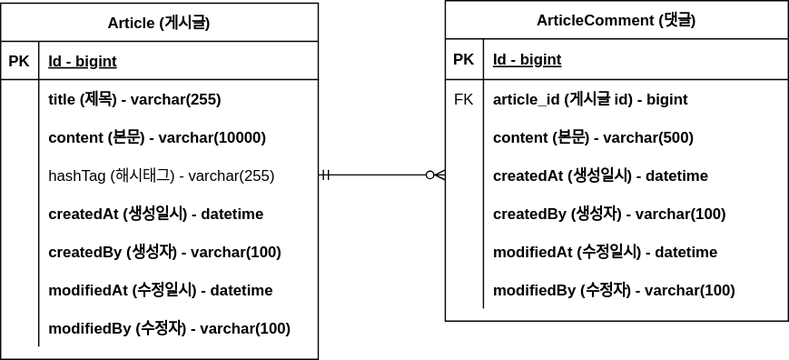
JakePark929/jake-project-board keeps this draw.io diagram as document/project-board-erd.svg. Above is the earlier version. Source tidied: cells renumbered, new cells last; positions are measured from the earlier drawing's top-left corner, leaving out a move shared by most shapes.
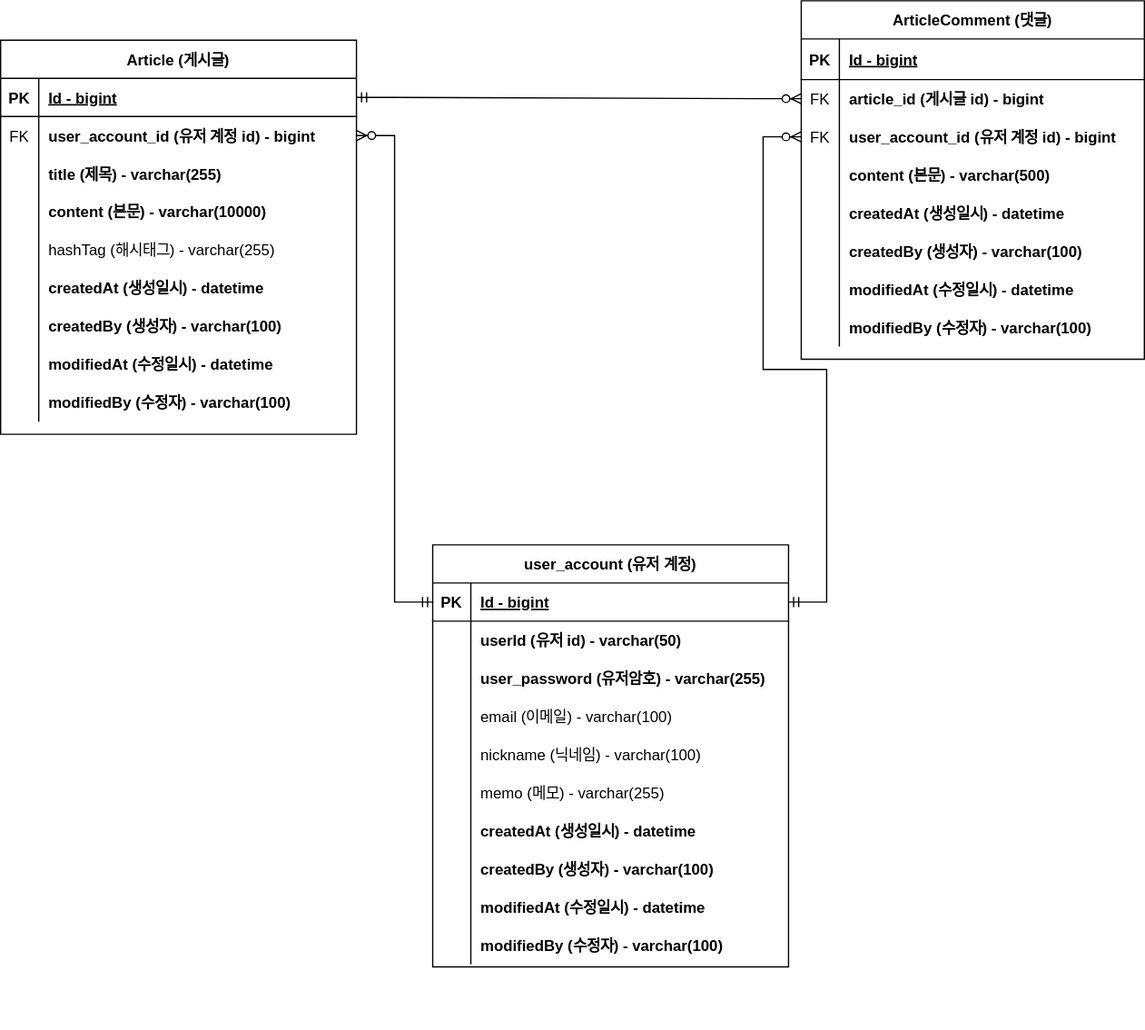
After the commit.

What changed in the source:
```diff
@@ -5,6 +5,6 @@
     <mxCell id="2" value="Article (게시글)" style="shape=table;startSize=30;rowLines=0;fontStyle=1;align=center;" parent="1" vertex="1">
-      <mxGeometry y="2" width="250" height="280" as="geometry" />
+      <mxGeometry x="-50" y="-14" width="280" height="310" as="geometry" />
     </mxCell>
     <mxCell id="3" style="shape=tableRow;horizontal=0;startSize=0;swimlaneHead=0;swimlaneBody=0;fillColor=none;points=[[0,0.5],[1,0.5]];portConstraint=eastwest;top=0;left=0;right=0;bottom=1;" parent="2" vertex="1">
-      <mxGeometry y="30" width="250" height="30" as="geometry" />
+      <mxGeometry y="30" width="280" height="30" as="geometry" />
     </mxCell>
@@ -14,15 +14,24 @@
     <mxCell id="5" value="Id - bigint" style="shape=partialRectangle;fillColor=none;top=0;left=0;bottom=0;right=0;align=left;spacingLeft=6;fontStyle=5;overflow=hidden;" parent="3" vertex="1">
-      <mxGeometry x="30" width="220" height="30" as="geometry" />
+      <mxGeometry x="30" width="250" height="30" as="geometry" />
     </mxCell>
     <mxCell id="6" style="shape=tableRow;horizontal=0;startSize=0;swimlaneHead=0;swimlaneBody=0;fillColor=none;points=[[0,0.5],[1,0.5]];portConstraint=eastwest;top=0;left=0;right=0;bottom=0;" parent="2" vertex="1">
-      <mxGeometry y="60" width="250" height="30" as="geometry" />
+      <mxGeometry y="60" width="280" height="30" as="geometry" />
     </mxCell>
-    <mxCell id="7" style="shape=partialRectangle;fillColor=none;top=0;left=0;bottom=0;right=0;overflow=hidden;" parent="6" vertex="1">
+    <mxCell id="7" value="FK" style="shape=partialRectangle;fillColor=none;top=0;left=0;bottom=0;right=0;overflow=hidden;" parent="6" vertex="1">
       <mxGeometry width="30" height="30" as="geometry" />
     </mxCell>
-    <mxCell id="8" value="title (제목) - varchar(255)" style="shape=partialRectangle;fillColor=none;top=0;left=0;bottom=0;right=0;align=left;spacingLeft=6;overflow=hidden;fontStyle=1;" parent="6" vertex="1">
-      <mxGeometry x="30" width="220" height="30" as="geometry" />
+    <mxCell id="8" value="user_account_id (유저 계정 id) - bigint" style="shape=partialRectangle;fillColor=none;top=0;left=0;bottom=0;right=0;align=left;spacingLeft=6;overflow=hidden;fontStyle=1;" parent="6" vertex="1">
+      <mxGeometry x="30" width="250" height="30" as="geometry" />
     </mxCell>
+    <mxCell id="50" style="shape=tableRow;horizontal=0;startSize=0;swimlaneHead=0;swimlaneBody=0;fillColor=none;top=0;left=0;right=0;bottom=0;" parent="2" vertex="1">
+      <mxGeometry y="90" width="280" height="30" as="geometry" />
+    </mxCell>
+    <mxCell id="51" style="shape=partialRectangle;fillColor=none;top=0;left=0;bottom=0;right=0;overflow=hidden;" parent="50" vertex="1">
+      <mxGeometry width="30" height="30" as="geometry" />
+    </mxCell>
+    <mxCell id="52" value="title (제목) - varchar(255)" style="shape=partialRectangle;fillColor=none;top=0;left=0;bottom=0;right=0;align=left;spacingLeft=6;overflow=hidden;fontStyle=1;" parent="50" vertex="1">
+      <mxGeometry x="30" width="250" height="30" as="geometry" />
+    </mxCell>
     <mxCell id="9" style="shape=tableRow;horizontal=0;startSize=0;swimlaneHead=0;swimlaneBody=0;fillColor=none;top=0;left=0;right=0;bottom=0;" parent="2" vertex="1">
-      <mxGeometry y="90" width="250" height="30" as="geometry" />
+      <mxGeometry y="120" width="280" height="30" as="geometry" />
     </mxCell>
@@ -32,6 +41,6 @@
     <mxCell id="11" value="content (본문) - varchar(10000)" style="shape=partialRectangle;fillColor=none;top=0;left=0;bottom=0;right=0;align=left;spacingLeft=6;overflow=hidden;fontStyle=1;" parent="9" vertex="1">
-      <mxGeometry x="30" width="220" height="30" as="geometry" />
+      <mxGeometry x="30" width="250" height="30" as="geometry" />
     </mxCell>
     <mxCell id="12" style="shape=tableRow;horizontal=0;startSize=0;swimlaneHead=0;swimlaneBody=0;fillColor=none;points=[[0,0.5],[1,0.5]];portConstraint=eastwest;top=0;left=0;right=0;bottom=0;" parent="2" vertex="1">
-      <mxGeometry y="120" width="250" height="30" as="geometry" />
+      <mxGeometry y="150" width="280" height="30" as="geometry" />
     </mxCell>
@@ -41,6 +50,6 @@
     <mxCell id="14" value="hashTag (해시태그) - varchar(255)" style="shape=partialRectangle;fillColor=none;top=0;left=0;bottom=0;right=0;align=left;spacingLeft=6;overflow=hidden;" parent="12" vertex="1">
-      <mxGeometry x="30" width="220" height="30" as="geometry" />
+      <mxGeometry x="30" width="250" height="30" as="geometry" />
     </mxCell>
     <mxCell id="15" style="shape=tableRow;horizontal=0;startSize=0;swimlaneHead=0;swimlaneBody=0;fillColor=none;top=0;left=0;right=0;bottom=0;" parent="2" vertex="1">
-      <mxGeometry y="150" width="250" height="30" as="geometry" />
+      <mxGeometry y="180" width="280" height="30" as="geometry" />
     </mxCell>
@@ -50,6 +59,6 @@
     <mxCell id="17" value="createdAt (생성일시) - datetime" style="shape=partialRectangle;fillColor=none;top=0;left=0;bottom=0;right=0;align=left;spacingLeft=6;overflow=hidden;fontStyle=1;" parent="15" vertex="1">
-      <mxGeometry x="30" width="220" height="30" as="geometry" />
+      <mxGeometry x="30" width="250" height="30" as="geometry" />
     </mxCell>
     <mxCell id="18" style="shape=tableRow;horizontal=0;startSize=0;swimlaneHead=0;swimlaneBody=0;fillColor=none;top=0;left=0;right=0;bottom=0;" parent="2" vertex="1">
-      <mxGeometry y="180" width="250" height="30" as="geometry" />
+      <mxGeometry y="210" width="280" height="30" as="geometry" />
     </mxCell>
@@ -59,6 +68,6 @@
     <mxCell id="20" value="createdBy (생성자) - varchar(100)" style="shape=partialRectangle;fillColor=none;top=0;left=0;bottom=0;right=0;align=left;spacingLeft=6;overflow=hidden;fontStyle=1;" parent="18" vertex="1">
-      <mxGeometry x="30" width="220" height="30" as="geometry" />
+      <mxGeometry x="30" width="250" height="30" as="geometry" />
     </mxCell>
     <mxCell id="21" style="shape=tableRow;horizontal=0;startSize=0;swimlaneHead=0;swimlaneBody=0;fillColor=none;top=0;left=0;right=0;bottom=0;" parent="2" vertex="1">
-      <mxGeometry y="210" width="250" height="30" as="geometry" />
+      <mxGeometry y="240" width="280" height="30" as="geometry" />
     </mxCell>
@@ -68,6 +77,6 @@
     <mxCell id="23" value="modifiedAt (수정일시) - datetime" style="shape=partialRectangle;fillColor=none;top=0;left=0;bottom=0;right=0;align=left;spacingLeft=6;overflow=hidden;fontStyle=1;" parent="21" vertex="1">
-      <mxGeometry x="30" width="220" height="30" as="geometry" />
+      <mxGeometry x="30" width="250" height="30" as="geometry" />
     </mxCell>
     <mxCell id="24" style="shape=tableRow;horizontal=0;startSize=0;swimlaneHead=0;swimlaneBody=0;fillColor=none;top=0;left=0;right=0;bottom=0;" parent="2" vertex="1">
-      <mxGeometry y="240" width="250" height="30" as="geometry" />
+      <mxGeometry y="270" width="280" height="30" as="geometry" />
     </mxCell>
@@ -77,6 +86,6 @@
     <mxCell id="26" value="modifiedBy (수정자) - varchar(100)" style="shape=partialRectangle;fillColor=none;top=0;left=0;bottom=0;right=0;align=left;spacingLeft=6;overflow=hidden;fontStyle=1;" parent="24" vertex="1">
-      <mxGeometry x="30" width="220" height="30" as="geometry" />
+      <mxGeometry x="30" width="250" height="30" as="geometry" />
     </mxCell>
     <mxCell id="27" value="ArticleComment (댓글)" style="shape=table;startSize=30;rowLines=0;fontStyle=1;align=center;" parent="1" vertex="1">
-      <mxGeometry x="350" width="270" height="252" as="geometry" />
+      <mxGeometry x="580" y="-45" width="270" height="282" as="geometry" />
     </mxCell>
@@ -100,4 +109,13 @@
     </mxCell>
+    <mxCell id="53" style="shape=tableRow;horizontal=0;startSize=0;swimlaneHead=0;swimlaneBody=0;fillColor=none;points=[[0,0.5],[1,0.5]];portConstraint=eastwest;top=0;left=0;right=0;bottom=0;" parent="27" vertex="1">
+      <mxGeometry y="92" width="270" height="30" as="geometry" />
+    </mxCell>
+    <mxCell id="54" value="FK" style="shape=partialRectangle;fillColor=none;top=0;left=0;bottom=0;right=0;overflow=hidden;" parent="53" vertex="1">
+      <mxGeometry width="30" height="30" as="geometry" />
+    </mxCell>
+    <mxCell id="55" value="user_account_id (유저 계정 id) - bigint" style="shape=partialRectangle;fillColor=none;top=0;left=0;bottom=0;right=0;align=left;spacingLeft=6;overflow=hidden;fontStyle=1;" parent="53" vertex="1">
+      <mxGeometry x="30" width="240" height="30" as="geometry" />
+    </mxCell>
     <mxCell id="34" style="shape=tableRow;horizontal=0;startSize=0;swimlaneHead=0;swimlaneBody=0;fillColor=none;top=0;left=0;right=0;bottom=0;" parent="27" vertex="1">
-      <mxGeometry y="92" width="270" height="30" as="geometry" />
+      <mxGeometry y="122" width="270" height="30" as="geometry" />
     </mxCell>
@@ -110,3 +128,3 @@
     <mxCell id="37" style="shape=tableRow;horizontal=0;startSize=0;swimlaneHead=0;swimlaneBody=0;fillColor=none;points=[[0,0.5],[1,0.5]];portConstraint=eastwest;top=0;left=0;right=0;bottom=0;" parent="27" vertex="1">
-      <mxGeometry y="122" width="270" height="30" as="geometry" />
+      <mxGeometry y="152" width="270" height="30" as="geometry" />
     </mxCell>
@@ -119,3 +137,3 @@
     <mxCell id="40" style="shape=tableRow;horizontal=0;startSize=0;swimlaneHead=0;swimlaneBody=0;fillColor=none;top=0;left=0;right=0;bottom=0;" parent="27" vertex="1">
-      <mxGeometry y="152" width="270" height="30" as="geometry" />
+      <mxGeometry y="182" width="270" height="30" as="geometry" />
     </mxCell>
@@ -128,3 +146,3 @@
     <mxCell id="43" style="shape=tableRow;horizontal=0;startSize=0;swimlaneHead=0;swimlaneBody=0;fillColor=none;top=0;left=0;right=0;bottom=0;" parent="27" vertex="1">
-      <mxGeometry y="182" width="270" height="30" as="geometry" />
+      <mxGeometry y="212" width="270" height="30" as="geometry" />
     </mxCell>
@@ -137,3 +155,3 @@
     <mxCell id="46" style="shape=tableRow;horizontal=0;startSize=0;swimlaneHead=0;swimlaneBody=0;fillColor=none;top=0;left=0;right=0;bottom=0;" parent="27" vertex="1">
-      <mxGeometry y="212" width="270" height="30" as="geometry" />
+      <mxGeometry y="242" width="270" height="30" as="geometry" />
     </mxCell>
@@ -145,5 +163,116 @@
     </mxCell>
-    <mxCell id="49" style="edgeStyle=entityRelationEdgeStyle;fontSize=12;html=1;endArrow=ERzeroToMany;startArrow=ERmandOne;rounded=0;exitX=1;exitY=0.5;exitDx=0;exitDy=0;entryX=0;entryY=0.5;entryDx=0;entryDy=0;" parent="1" edge="1" source="12" target="37">
+    <mxCell id="49" style="edgeStyle=entityRelationEdgeStyle;fontSize=12;html=1;endArrow=ERzeroToMany;startArrow=ERmandOne;rounded=0;exitX=1;exitY=0.5;exitDx=0;exitDy=0;entryX=0;entryY=0.5;entryDx=0;entryDy=0;" parent="1" edge="1" source="3" target="31">
       <mxGeometry relative="1" as="geometry" />
     </mxCell>
+    <mxCell id="56" value="user_account (유저 계정)" style="shape=table;startSize=30;rowLines=0;fontStyle=1;align=center;" parent="1" vertex="1">
+      <mxGeometry x="290" y="383" width="280" height="332" as="geometry" />
+    </mxCell>
+    <mxCell id="57" style="shape=tableRow;horizontal=0;startSize=0;swimlaneHead=0;swimlaneBody=0;fillColor=none;points=[[0,0.5],[1,0.5]];portConstraint=eastwest;top=0;left=0;right=0;bottom=1;" parent="56" vertex="1">
+      <mxGeometry y="30" width="280" height="30" as="geometry" />
+    </mxCell>
+    <mxCell id="58" value="PK" style="shape=partialRectangle;fillColor=none;top=0;left=0;bottom=0;right=0;fontStyle=1;overflow=hidden;" parent="57" vertex="1">
+      <mxGeometry width="30" height="30" as="geometry" />
+    </mxCell>
+    <mxCell id="59" value="Id - bigint" style="shape=partialRectangle;fillColor=none;top=0;left=0;bottom=0;right=0;align=left;spacingLeft=6;fontStyle=5;overflow=hidden;" parent="57" vertex="1">
+      <mxGeometry x="30" width="250" height="30" as="geometry" />
+    </mxCell>
+    <mxCell id="60" style="shape=tableRow;horizontal=0;startSize=0;swimlaneHead=0;swimlaneBody=0;fillColor=none;top=0;left=0;right=0;bottom=0;" parent="56" vertex="1">
+      <mxGeometry y="60" width="280" height="30" as="geometry" />
+    </mxCell>
+    <mxCell id="61" style="shape=partialRectangle;fillColor=none;top=0;left=0;bottom=0;right=0;overflow=hidden;" parent="60" vertex="1">
+      <mxGeometry width="30" height="30" as="geometry" />
+    </mxCell>
+    <mxCell id="62" value="userId (유저 id) - varchar(50)" style="shape=partialRectangle;fillColor=none;top=0;left=0;bottom=0;right=0;align=left;spacingLeft=6;overflow=hidden;fontStyle=1;" parent="60" vertex="1">
+      <mxGeometry x="30" width="250" height="30" as="geometry" />
+    </mxCell>
+    <mxCell id="63" style="shape=tableRow;horizontal=0;startSize=0;swimlaneHead=0;swimlaneBody=0;fillColor=none;top=0;left=0;right=0;bottom=0;" parent="56" vertex="1">
+      <mxGeometry y="90" width="280" height="30" as="geometry" />
+    </mxCell>
+    <mxCell id="64" style="shape=partialRectangle;fillColor=none;top=0;left=0;bottom=0;right=0;overflow=hidden;" parent="63" vertex="1">
+      <mxGeometry width="30" height="30" as="geometry" />
+    </mxCell>
+    <mxCell id="65" value="user_password (유저암호) - varchar(255)" style="shape=partialRectangle;fillColor=none;top=0;left=0;bottom=0;right=0;align=left;spacingLeft=6;overflow=hidden;fontStyle=1;" parent="63" vertex="1">
+      <mxGeometry x="30" width="250" height="30" as="geometry" />
+    </mxCell>
+    <mxCell id="66" style="shape=tableRow;horizontal=0;startSize=0;swimlaneHead=0;swimlaneBody=0;fillColor=none;top=0;left=0;right=0;bottom=0;" parent="56" vertex="1">
+      <mxGeometry y="120" width="280" height="30" as="geometry" />
+    </mxCell>
+    <mxCell id="67" style="shape=partialRectangle;fillColor=none;top=0;left=0;bottom=0;right=0;overflow=hidden;" parent="66" vertex="1">
+      <mxGeometry width="30" height="30" as="geometry" />
+    </mxCell>
+    <mxCell id="68" value="email (이메일) - varchar(100)" style="shape=partialRectangle;fillColor=none;top=0;left=0;bottom=0;right=0;align=left;spacingLeft=6;overflow=hidden;" parent="66" vertex="1">
+      <mxGeometry x="30" width="250" height="30" as="geometry" />
+    </mxCell>
+    <mxCell id="69" style="shape=tableRow;horizontal=0;startSize=0;swimlaneHead=0;swimlaneBody=0;fillColor=none;top=0;left=0;right=0;bottom=0;" parent="56" vertex="1">
+      <mxGeometry y="150" width="280" height="30" as="geometry" />
+    </mxCell>
+    <mxCell id="70" style="shape=partialRectangle;fillColor=none;top=0;left=0;bottom=0;right=0;overflow=hidden;" parent="69" vertex="1">
+      <mxGeometry width="30" height="30" as="geometry" />
+    </mxCell>
+    <mxCell id="71" value="nickname (닉네임) - varchar(100)" style="shape=partialRectangle;fillColor=none;top=0;left=0;bottom=0;right=0;align=left;spacingLeft=6;overflow=hidden;" parent="69" vertex="1">
+      <mxGeometry x="30" width="250" height="30" as="geometry" />
+    </mxCell>
+    <mxCell id="72" style="shape=tableRow;horizontal=0;startSize=0;swimlaneHead=0;swimlaneBody=0;fillColor=none;top=0;left=0;right=0;bottom=0;" parent="56" vertex="1">
+      <mxGeometry y="180" width="280" height="30" as="geometry" />
+    </mxCell>
+    <mxCell id="73" style="shape=partialRectangle;fillColor=none;top=0;left=0;bottom=0;right=0;overflow=hidden;" parent="72" vertex="1">
+      <mxGeometry width="30" height="30" as="geometry" />
+    </mxCell>
+    <mxCell id="74" value="memo (메모) - varchar(255)" style="shape=partialRectangle;fillColor=none;top=0;left=0;bottom=0;right=0;align=left;spacingLeft=6;overflow=hidden;" parent="72" vertex="1">
+      <mxGeometry x="30" width="250" height="30" as="geometry" />
+    </mxCell>
+    <mxCell id="75" style="shape=tableRow;horizontal=0;startSize=0;swimlaneHead=0;swimlaneBody=0;fillColor=none;top=0;left=0;right=0;bottom=0;" parent="56" vertex="1">
+      <mxGeometry y="210" width="280" height="30" as="geometry" />
+    </mxCell>
+    <mxCell id="76" style="shape=partialRectangle;fillColor=none;top=0;left=0;bottom=0;right=0;overflow=hidden;" parent="75" vertex="1">
+      <mxGeometry width="30" height="30" as="geometry" />
+    </mxCell>
+    <mxCell id="77" value="createdAt (생성일시) - datetime" style="shape=partialRectangle;fillColor=none;top=0;left=0;bottom=0;right=0;align=left;spacingLeft=6;overflow=hidden;fontStyle=1;" parent="75" vertex="1">
+      <mxGeometry x="30" width="250" height="30" as="geometry" />
+    </mxCell>
+    <mxCell id="78" style="shape=tableRow;horizontal=0;startSize=0;swimlaneHead=0;swimlaneBody=0;fillColor=none;top=0;left=0;right=0;bottom=0;" parent="56" vertex="1">
+      <mxGeometry y="240" width="280" height="30" as="geometry" />
+    </mxCell>
+    <mxCell id="79" style="shape=partialRectangle;fillColor=none;top=0;left=0;bottom=0;right=0;overflow=hidden;" parent="78" vertex="1">
+      <mxGeometry width="30" height="30" as="geometry" />
+    </mxCell>
+    <mxCell id="80" value="createdBy (생성자) - varchar(100)" style="shape=partialRectangle;fillColor=none;top=0;left=0;bottom=0;right=0;align=left;spacingLeft=6;overflow=hidden;fontStyle=1;" parent="78" vertex="1">
+      <mxGeometry x="30" width="250" height="30" as="geometry" />
+    </mxCell>
+    <mxCell id="81" style="shape=tableRow;horizontal=0;startSize=0;swimlaneHead=0;swimlaneBody=0;fillColor=none;top=0;left=0;right=0;bottom=0;" parent="56" vertex="1">
+      <mxGeometry y="270" width="280" height="30" as="geometry" />
+    </mxCell>
+    <mxCell id="82" style="shape=partialRectangle;fillColor=none;top=0;left=0;bottom=0;right=0;overflow=hidden;" parent="81" vertex="1">
+      <mxGeometry width="30" height="30" as="geometry" />
+    </mxCell>
+    <mxCell id="83" value="modifiedAt (수정일시) - datetime" style="shape=partialRectangle;fillColor=none;top=0;left=0;bottom=0;right=0;align=left;spacingLeft=6;overflow=hidden;fontStyle=1;" parent="81" vertex="1">
+      <mxGeometry x="30" width="250" height="30" as="geometry" />
+    </mxCell>
+    <mxCell id="84" style="shape=tableRow;horizontal=0;startSize=0;swimlaneHead=0;swimlaneBody=0;fillColor=none;top=0;left=0;right=0;bottom=0;" parent="56" vertex="1">
+      <mxGeometry y="300" width="280" height="30" as="geometry" />
+    </mxCell>
+    <mxCell id="85" style="shape=partialRectangle;fillColor=none;top=0;left=0;bottom=0;right=0;overflow=hidden;" parent="84" vertex="1">
+      <mxGeometry width="30" height="30" as="geometry" />
+    </mxCell>
+    <mxCell id="86" value="modifiedBy (수정자) - varchar(100)" style="shape=partialRectangle;fillColor=none;top=0;left=0;bottom=0;right=0;align=left;spacingLeft=6;overflow=hidden;fontStyle=1;" parent="84" vertex="1">
+      <mxGeometry x="30" width="250" height="30" as="geometry" />
+    </mxCell>
+    <mxCell id="87" style="shape=tableRow;horizontal=0;startSize=0;swimlaneHead=0;swimlaneBody=0;fillColor=none;top=0;left=0;right=0;bottom=0;" parent="1" vertex="1">
+      <mxGeometry x="220" y="734" width="280" height="30" as="geometry" />
+    </mxCell>
+    <mxCell id="88" style="shape=partialRectangle;fillColor=none;top=0;left=0;bottom=0;right=0;overflow=hidden;" parent="87" vertex="1">
+      <mxGeometry width="30" height="30" as="geometry" />
+    </mxCell>
+    <mxCell id="89" style="shape=tableRow;horizontal=0;startSize=0;swimlaneHead=0;swimlaneBody=0;fillColor=none;top=0;left=0;right=0;bottom=0;" parent="1" vertex="1">
+      <mxGeometry x="220" y="534" width="280" height="30" as="geometry" />
+    </mxCell>
+    <mxCell id="90" style="shape=partialRectangle;fillColor=none;top=0;left=0;bottom=0;right=0;overflow=hidden;" parent="89" vertex="1">
+      <mxGeometry width="30" height="30" as="geometry" />
+    </mxCell>
+    <mxCell id="91" style="edgeStyle=entityRelationEdgeStyle;fontSize=12;html=1;endArrow=ERzeroToMany;startArrow=ERmandOne;rounded=0;entryX=1;entryY=0.5;entryDx=0;entryDy=0;exitX=0;exitY=0.5;exitDx=0;exitDy=0;" parent="1" edge="1" source="57" target="6">
+      <mxGeometry relative="1" as="geometry" />
+    </mxCell>
+    <mxCell id="92" style="edgeStyle=entityRelationEdgeStyle;fontSize=12;html=1;endArrow=ERzeroToMany;startArrow=ERmandOne;rounded=0;entryX=0;entryY=0.5;entryDx=0;entryDy=0;exitX=1;exitY=0.5;exitDx=0;exitDy=0;" parent="1" edge="1" source="57" target="53">
+      <mxGeometry relative="1" as="geometry" />
+    </mxCell>
   </root>
```
